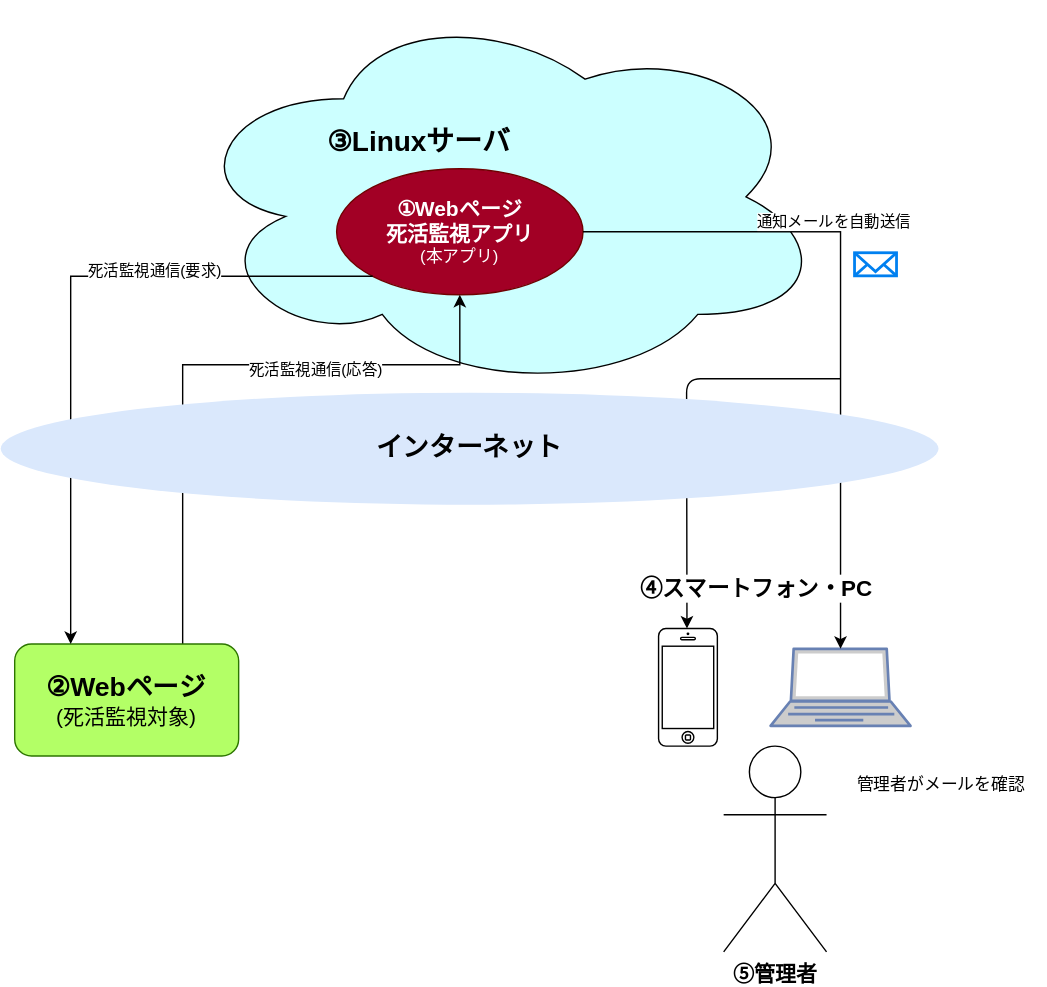
Pulsar1722/ab_alive_monitoring_app keeps this draw.io diagram as README_img/systemConfiguration.dio.svg. Above is the earlier version. Source tidied: cells renumbered, new cells last; positions are measured from the earlier drawing's top-left corner, leaving out a move shared by most shapes.
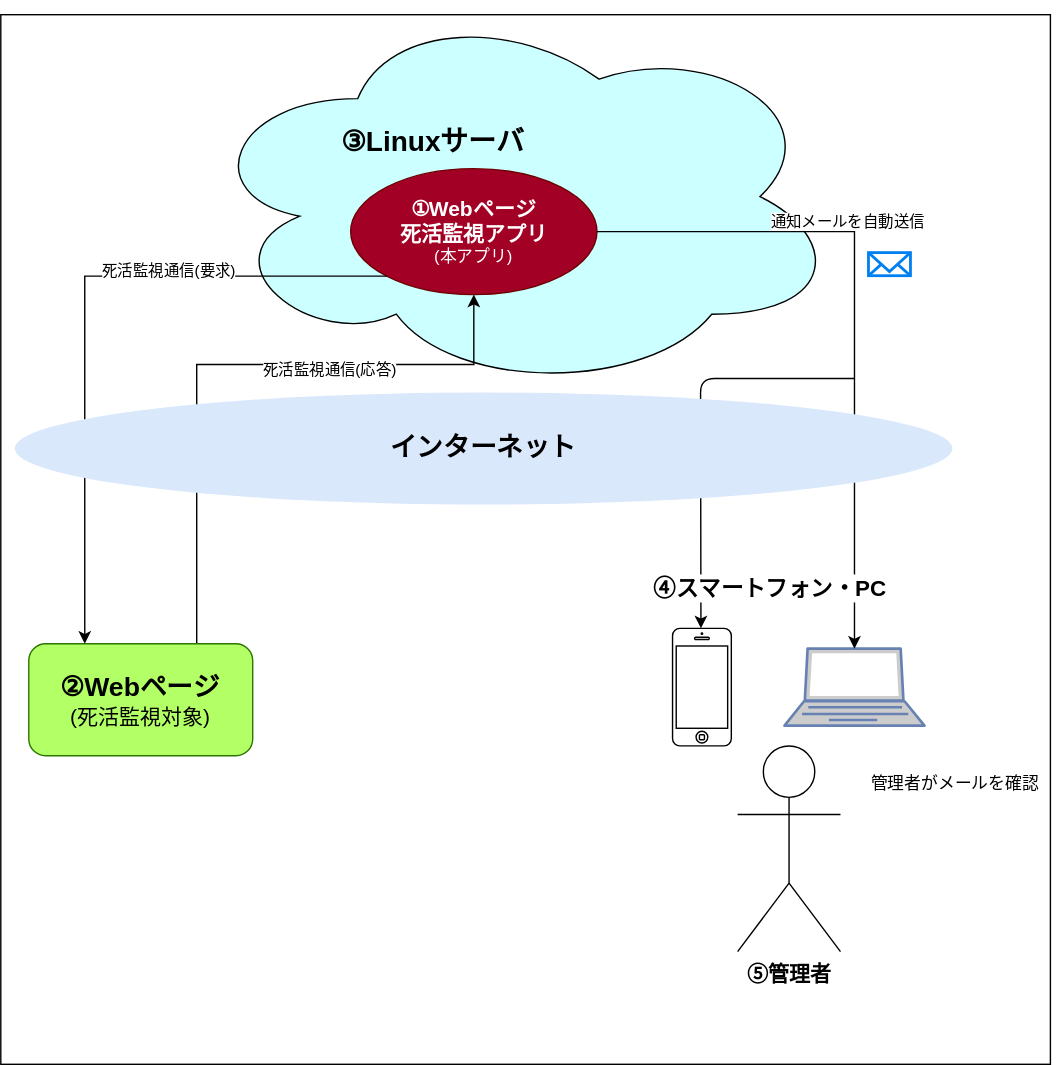
Later version of the same file.

Commit message:
システム構成図修正

Change to the diagram source:
```diff
@@ -2,6 +2,9 @@
   <root>
     <mxCell id="0" />
     <mxCell id="1" parent="0" />
+    <mxCell id="21" style="whiteSpace=wrap;html=1;fillColor=#FFFFFF;" parent="1" vertex="1">
+      <mxGeometry x="-10" y="10" width="750" height="750" as="geometry" />
+    </mxCell>
     <mxCell id="2" style="group;" parent="1" vertex="1">
       <mxGeometry x="130" width="460" height="296.5" as="geometry" />
     </mxCell>
```
